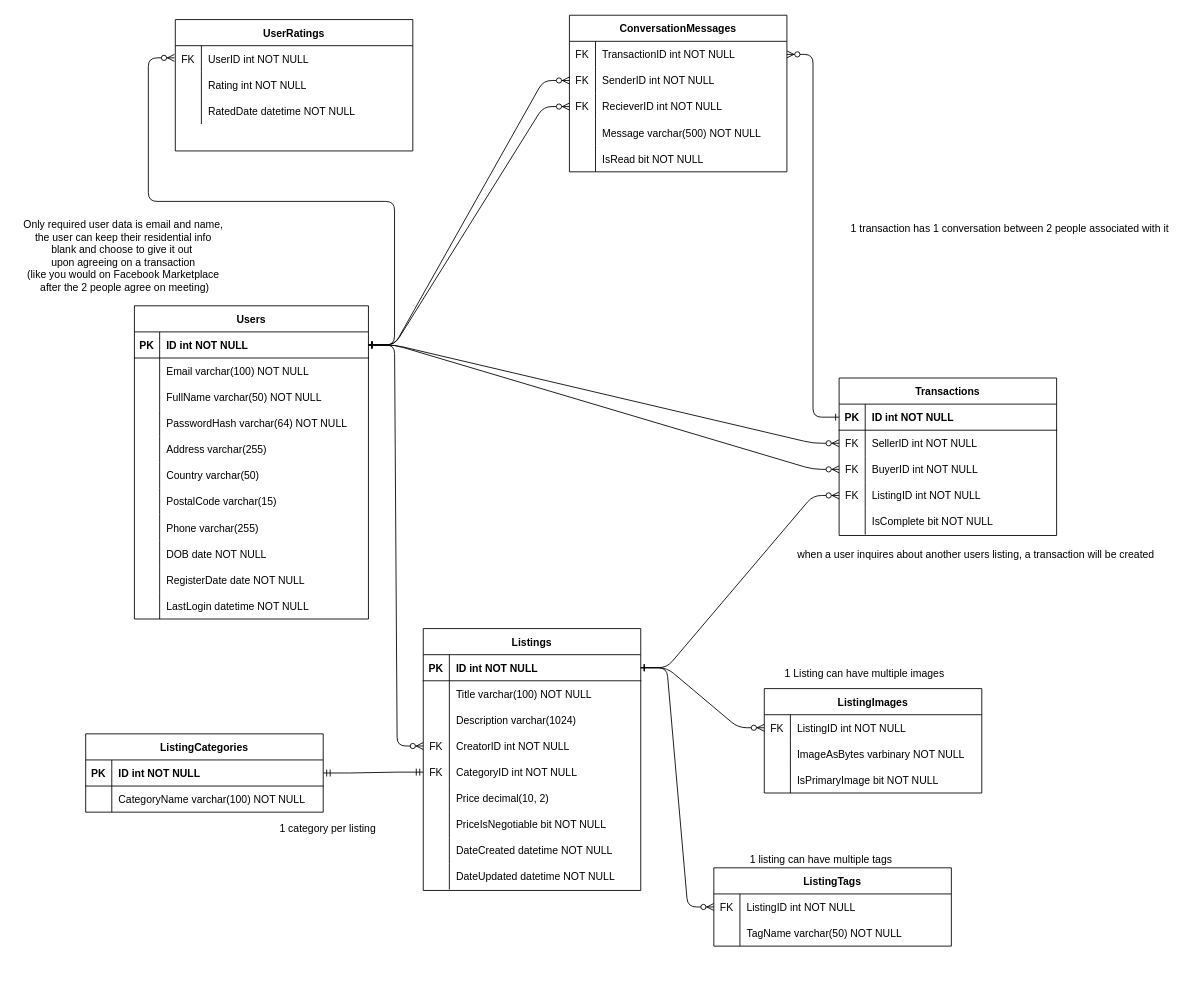
Above: diagrams/entity-relationship-diagram.drawio in ruskpr/marketio (draw.io), before the change. Source tidied: cells renumbered, new cells numbered last; positions are measured from the earlier drawing's top-left corner, leaving out a move shared by most shapes. Both pictures are drawn from the tidied source at 87%, with x=0, y=0 at pixel (15, 15).
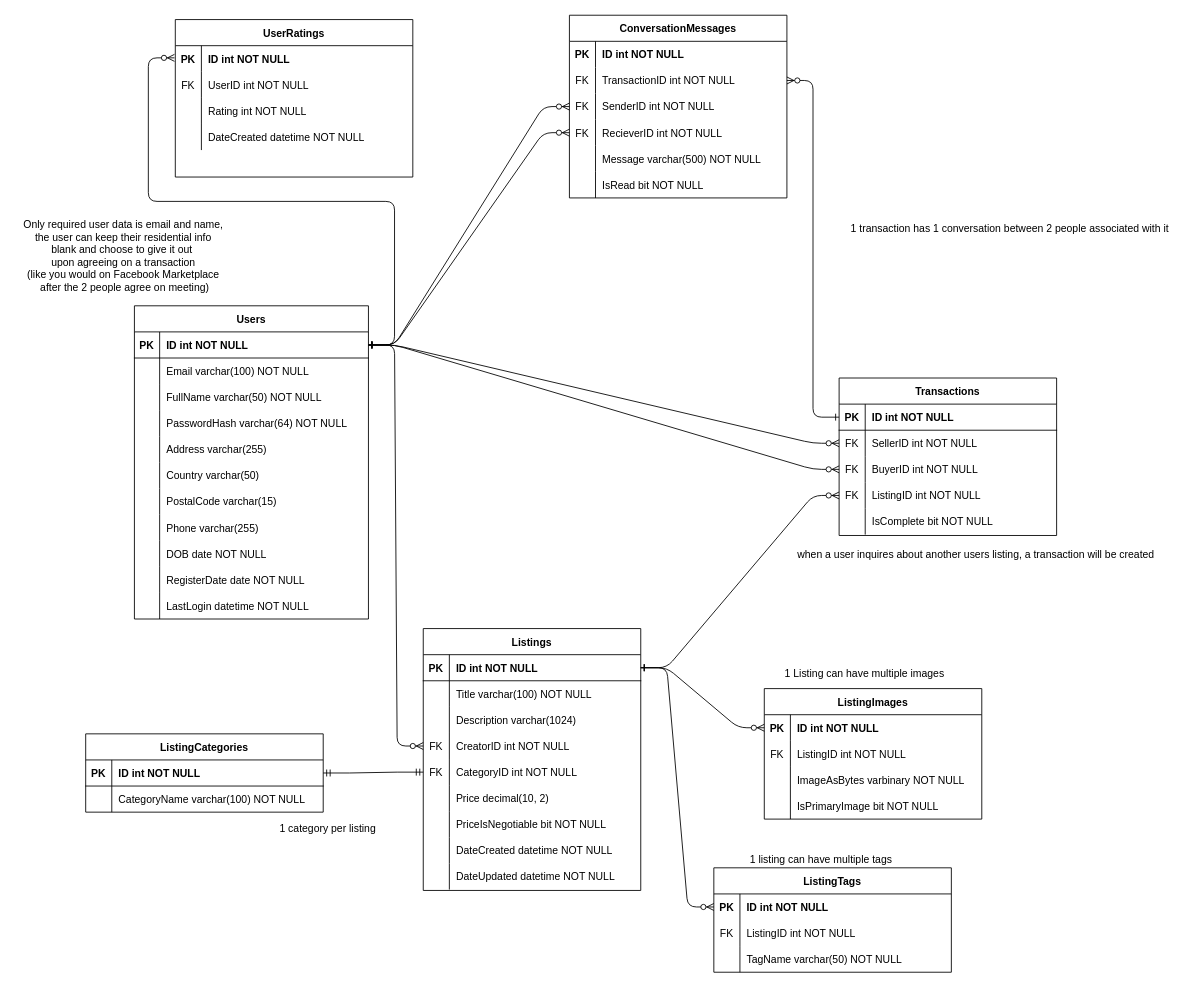
The same diagram, later.

Unchanged cells that the change refers to:
```xml
<mxCell id="84" style="shape=partialRectangle;fillColor=none;points=[[0,0.5],[1,0.5]];portConstraint=eastwest;top=0;left=0;right=0;bottom=0;" parent="83" vertex="1">
  <mxGeometry y="30" width="250" height="30" as="geometry" />
</mxCell>
<mxCell id="125" style="shape=partialRectangle;fillColor=none;points=[[0,0.5],[1,0.5]];portConstraint=eastwest;top=0;left=0;right=0;bottom=0;" parent="124" vertex="1">
  <mxGeometry y="30" width="273" height="30" as="geometry" />
</mxCell>
<mxCell id="137" style="shape=partialRectangle;fillColor=none;top=0;left=0;right=0;bottom=0;" parent="136" vertex="1">
  <mxGeometry y="30" width="273" height="30" as="geometry" />
</mxCell>
```

The edit, as a diff of the source:
```diff
@@
     <mxCell id="83" value="ListingImages" style="shape=table;startSize=30;childLayout=tableLayout;rowLines=0;fontStyle=1;align=center;" parent="1" vertex="1">
-      <mxGeometry x="861" y="774" width="250" height="120" as="geometry" />
+      <mxGeometry x="861" y="774" width="250" height="150" as="geometry" />
     </mxCell>
@@
-    <mxCell id="85" value="FK" style="shape=partialRectangle;overflow=hidden;fillColor=none;top=0;left=0;bottom=0;right=0;" parent="84" vertex="1">
+    <mxCell id="85" value="PK" style="shape=partialRectangle;overflow=hidden;fillColor=none;top=0;left=0;bottom=0;right=0;fontStyle=1;" parent="84" vertex="1">
       <mxGeometry width="30" height="30" as="geometry" />
     </mxCell>
-    <mxCell id="86" value="ListingID int NOT NULL" style="shape=partialRectangle;overflow=hidden;fillColor=none;top=0;left=0;bottom=0;right=0;align=left;spacingLeft=6;" parent="84" vertex="1">
+    <mxCell id="86" value="ID int NOT NULL" style="shape=partialRectangle;overflow=hidden;fillColor=none;top=0;left=0;bottom=0;right=0;align=left;spacingLeft=6;fontStyle=1;" parent="84" vertex="1">
       <mxGeometry x="30" width="220" height="30" as="geometry" />
     </mxCell>
+    <mxCell id="147" style="shape=partialRectangle;fillColor=none;top=0;left=0;right=0;bottom=0;" parent="83" vertex="1">
+      <mxGeometry y="60" width="250" height="30" as="geometry" />
+    </mxCell>
+    <mxCell id="148" value="FK" style="shape=partialRectangle;overflow=hidden;fillColor=none;top=0;left=0;bottom=0;right=0;" parent="147" vertex="1">
+      <mxGeometry width="30" height="30" as="geometry" />
+    </mxCell>
+    <mxCell id="149" value="ListingID int NOT NULL" style="shape=partialRectangle;overflow=hidden;fillColor=none;top=0;left=0;bottom=0;right=0;align=left;spacingLeft=6;" parent="147" vertex="1">
+      <mxGeometry x="30" width="220" height="30" as="geometry" />
+    </mxCell>
     <mxCell id="87" style="shape=partialRectangle;fillColor=none;top=0;left=0;right=0;bottom=0;" parent="83" vertex="1">
-      <mxGeometry y="60" width="250" height="30" as="geometry" />
+      <mxGeometry y="90" width="250" height="30" as="geometry" />
     </mxCell>
@@
     <mxCell id="90" style="shape=partialRectangle;fillColor=none;top=0;left=0;right=0;bottom=0;" parent="83" vertex="1">
-      <mxGeometry y="90" width="250" height="30" as="geometry" />
+      <mxGeometry y="120" width="250" height="30" as="geometry" />
     </mxCell>
@@
     <mxCell id="94" value="ConversationMessages" style="shape=table;startSize=30;childLayout=tableLayout;rowLines=0;fontStyle=1;align=center;" parent="1" vertex="1">
-      <mxGeometry x="637" width="250" height="180" as="geometry" />
+      <mxGeometry x="637" width="250" height="210" as="geometry" />
     </mxCell>
+    <mxCell id="150" style="shape=partialRectangle;fillColor=none;top=0;left=0;right=0;bottom=0;" parent="94" vertex="1">
+      <mxGeometry y="30" width="250" height="30" as="geometry" />
+    </mxCell>
+    <mxCell id="151" value="PK" style="shape=partialRectangle;overflow=hidden;fillColor=none;top=0;left=0;bottom=0;right=0;fontStyle=1;" parent="150" vertex="1">
+      <mxGeometry width="30" height="30" as="geometry" />
+    </mxCell>
+    <mxCell id="152" value="ID int NOT NULL" style="shape=partialRectangle;overflow=hidden;fillColor=none;top=0;left=0;bottom=0;right=0;align=left;spacingLeft=6;fontStyle=1;" parent="150" vertex="1">
+      <mxGeometry x="30" width="220" height="30" as="geometry" />
+    </mxCell>
     <mxCell id="95" style="shape=partialRectangle;fillColor=none;points=[[0,0.5],[1,0.5]];portConstraint=eastwest;top=0;left=0;right=0;bottom=0;" parent="94" vertex="1">
-      <mxGeometry y="30" width="250" height="30" as="geometry" />
+      <mxGeometry y="60" width="250" height="30" as="geometry" />
     </mxCell>
@@
     <mxCell id="98" style="shape=partialRectangle;fillColor=none;points=[[0,0.5],[1,0.5]];portConstraint=eastwest;top=0;left=0;right=0;bottom=0;" parent="94" vertex="1">
-      <mxGeometry y="60" width="250" height="30" as="geometry" />
+      <mxGeometry y="90" width="250" height="30" as="geometry" />
     </mxCell>
@@
     <mxCell id="101" style="shape=partialRectangle;fillColor=none;points=[[0,0.5],[1,0.5]];portConstraint=eastwest;top=0;left=0;right=0;bottom=0;" parent="94" vertex="1">
-      <mxGeometry y="90" width="250" height="30" as="geometry" />
+      <mxGeometry y="120" width="250" height="30" as="geometry" />
     </mxCell>
@@
     <mxCell id="104" style="shape=partialRectangle;fillColor=none;top=0;left=0;right=0;bottom=0;" parent="94" vertex="1">
-      <mxGeometry y="120" width="250" height="30" as="geometry" />
+      <mxGeometry y="150" width="250" height="30" as="geometry" />
     </mxCell>
@@
     <mxCell id="107" style="shape=partialRectangle;fillColor=none;top=0;left=0;right=0;bottom=0;" parent="94" vertex="1">
-      <mxGeometry y="150" width="250" height="30" as="geometry" />
+      <mxGeometry y="180" width="250" height="30" as="geometry" />
     </mxCell>
@@
     <mxCell id="124" value="ListingTags" style="shape=table;startSize=30;childLayout=tableLayout;rowLines=0;fontStyle=1;align=center;" parent="1" vertex="1">
-      <mxGeometry x="803" y="980" width="273" height="90" as="geometry" />
+      <mxGeometry x="803" y="980" width="273" height="120" as="geometry" />
     </mxCell>
@@
-    <mxCell id="126" value="FK" style="shape=partialRectangle;overflow=hidden;fillColor=none;top=0;left=0;bottom=0;right=0;" parent="125" vertex="1">
+    <mxCell id="126" value="PK" style="shape=partialRectangle;overflow=hidden;fillColor=none;top=0;left=0;bottom=0;right=0;fontStyle=1;" parent="125" vertex="1">
       <mxGeometry width="30" height="30" as="geometry" />
     </mxCell>
-    <mxCell id="127" value="ListingID int NOT NULL" style="shape=partialRectangle;overflow=hidden;fillColor=none;top=0;left=0;bottom=0;right=0;align=left;spacingLeft=6;" parent="125" vertex="1">
+    <mxCell id="127" value="ID int NOT NULL" style="shape=partialRectangle;overflow=hidden;fillColor=none;top=0;left=0;bottom=0;right=0;align=left;spacingLeft=6;fontStyle=1;" parent="125" vertex="1">
       <mxGeometry x="30" width="243" height="30" as="geometry" />
     </mxCell>
+    <mxCell id="153" style="shape=partialRectangle;fillColor=none;top=0;left=0;right=0;bottom=0;" parent="124" vertex="1">
+      <mxGeometry y="60" width="273" height="30" as="geometry" />
+    </mxCell>
+    <mxCell id="154" value="FK" style="shape=partialRectangle;overflow=hidden;fillColor=none;top=0;left=0;bottom=0;right=0;" parent="153" vertex="1">
+      <mxGeometry width="30" height="30" as="geometry" />
+    </mxCell>
+    <mxCell id="155" value="ListingID int NOT NULL" style="shape=partialRectangle;overflow=hidden;fillColor=none;top=0;left=0;bottom=0;right=0;align=left;spacingLeft=6;" parent="153" vertex="1">
+      <mxGeometry x="30" width="243" height="30" as="geometry" />
+    </mxCell>
     <mxCell id="128" style="shape=partialRectangle;fillColor=none;top=0;left=0;right=0;bottom=0;" parent="124" vertex="1">
-      <mxGeometry y="60" width="273" height="30" as="geometry" />
+      <mxGeometry y="90" width="273" height="30" as="geometry" />
     </mxCell>
@@
     <mxCell id="136" value="UserRatings" style="shape=table;startSize=30;childLayout=tableLayout;rowLines=0;fontStyle=1;align=center;" parent="1" vertex="1">
-      <mxGeometry x="184" y="5" width="273" height="151" as="geometry" />
+      <mxGeometry x="184" y="5" width="273" height="181" as="geometry" />
     </mxCell>
@@
-    <mxCell id="138" value="FK" style="shape=partialRectangle;overflow=hidden;fillColor=none;top=0;left=0;bottom=0;right=0;" parent="137" vertex="1">
+    <mxCell id="138" value="PK" style="shape=partialRectangle;overflow=hidden;fillColor=none;top=0;left=0;bottom=0;right=0;fontStyle=1;" parent="137" vertex="1">
       <mxGeometry width="30" height="30" as="geometry" />
     </mxCell>
-    <mxCell id="139" value="UserID int NOT NULL" style="shape=partialRectangle;overflow=hidden;fillColor=none;top=0;left=0;bottom=0;right=0;align=left;spacingLeft=6;" parent="137" vertex="1">
+    <mxCell id="139" value="ID int NOT NULL" style="shape=partialRectangle;overflow=hidden;fillColor=none;top=0;left=0;bottom=0;right=0;align=left;spacingLeft=6;fontStyle=1;" parent="137" vertex="1">
       <mxGeometry x="30" width="243" height="30" as="geometry" />
     </mxCell>
+    <mxCell id="156" style="shape=partialRectangle;fillColor=none;top=0;left=0;right=0;bottom=0;" parent="136" vertex="1">
+      <mxGeometry y="60" width="273" height="30" as="geometry" />
+    </mxCell>
+    <mxCell id="157" value="FK" style="shape=partialRectangle;overflow=hidden;fillColor=none;top=0;left=0;bottom=0;right=0;" parent="156" vertex="1">
+      <mxGeometry width="30" height="30" as="geometry" />
+    </mxCell>
+    <mxCell id="158" value="UserID int NOT NULL" style="shape=partialRectangle;overflow=hidden;fillColor=none;top=0;left=0;bottom=0;right=0;align=left;spacingLeft=6;" parent="156" vertex="1">
+      <mxGeometry x="30" width="243" height="30" as="geometry" />
+    </mxCell>
     <mxCell id="140" style="shape=partialRectangle;fillColor=none;top=0;left=0;right=0;bottom=0;" parent="136" vertex="1">
-      <mxGeometry y="60" width="273" height="30" as="geometry" />
+      <mxGeometry y="90" width="273" height="30" as="geometry" />
     </mxCell>
@@
     <mxCell id="143" style="shape=partialRectangle;fillColor=none;top=0;left=0;right=0;bottom=0;" parent="136" vertex="1">
-      <mxGeometry y="90" width="273" height="30" as="geometry" />
+      <mxGeometry y="120" width="273" height="30" as="geometry" />
     </mxCell>
@@
-    <mxCell id="145" value="RatedDate datetime NOT NULL" style="shape=partialRectangle;overflow=hidden;fillColor=none;top=0;left=0;bottom=0;right=0;align=left;spacingLeft=6;" parent="143" vertex="1">
+    <mxCell id="145" value="DateCreated datetime NOT NULL" style="shape=partialRectangle;overflow=hidden;fillColor=none;top=0;left=0;bottom=0;right=0;align=left;spacingLeft=6;" parent="143" vertex="1">
       <mxGeometry x="30" width="243" height="30" as="geometry" />
     </mxCell>
```
